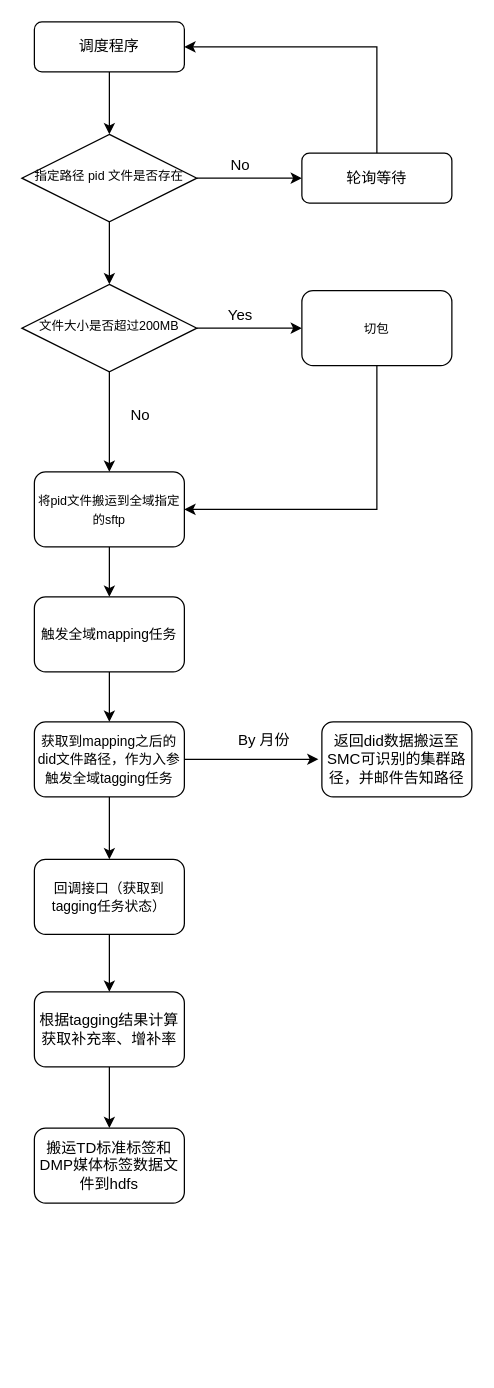
DThadch/draw keeps this draw.io diagram as 零跑mapping2.drawio. Above is the earlier version. Source tidied: cells renumbered, new cells numbered last; positions are measured from the earlier drawing's top-left corner, leaving out a move shared by most shapes. Both pictures are drawn from the tidied source at 125%, with x=0, y=0 at pixel (21, 21).
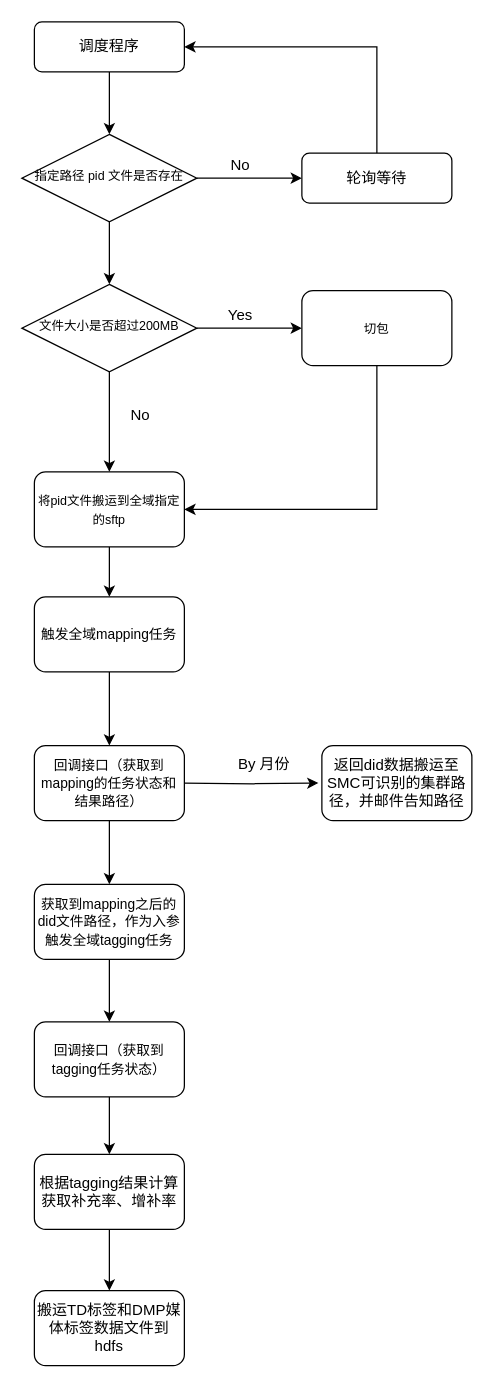
Above is the later version.

The change refers to these unchanged cells:
```xml
<mxCell id="19" value="&lt;font style=&quot;font-size: 11px;&quot;&gt;触发全域mapping任务&lt;/font&gt;" style="rounded=1;whiteSpace=wrap;html=1;" parent="1" vertex="1">
  <mxGeometry x="10" y="460" width="120" height="60" as="geometry" />
</mxCell>
```

Diff of the diagram source:
```diff
@@
-    <mxCell id="18" style="edgeStyle=orthogonalEdgeStyle;rounded=0;jettySize=auto;html=1;exitX=0.5;exitY=1;exitDx=0;exitDy=0;entryX=0.5;entryY=0;entryDx=0;entryDy=0;" parent="1" edge="1" source="19" target="22">
-      <mxGeometry relative="1" as="geometry" />
-    </mxCell>
+    <mxCell id="31" style="edgeStyle=orthogonalEdgeStyle;rounded=0;jettySize=auto;html=1;exitX=0.5;exitY=1;exitDx=0;exitDy=0;entryX=0.5;entryY=0;entryDx=0;entryDy=0;" parent="1" edge="1" source="19" target="33">
+      <mxGeometry relative="1" as="geometry" />
+    </mxCell>
@@
-    <mxCell id="21" style="edgeStyle=orthogonalEdgeStyle;rounded=0;jettySize=auto;html=1;exitX=1;exitY=0.5;exitDx=0;exitDy=0;entryX=-0.023;entryY=0.499;entryDx=0;entryDy=0;entryPerimeter=0;" parent="1" edge="1" source="22" target="27">
-      <mxGeometry relative="1" as="geometry" />
+    <mxCell id="21" style="edgeStyle=orthogonalEdgeStyle;rounded=0;jettySize=auto;html=1;exitX=1;exitY=0.5;exitDx=0;exitDy=0;entryX=-0.023;entryY=0.499;entryDx=0;entryDy=0;entryPerimeter=0;" parent="1" edge="1" target="27">
+      <mxGeometry relative="1" as="geometry">
+        <mxPoint x="130" y="609" as="sourcePoint" />
+      </mxGeometry>
     </mxCell>
     <mxCell id="22" value="&lt;font style=&quot;font-size: 11px;&quot;&gt;获取到mapping之后的did文件路径，作为入参触发全域tagging任务&lt;/font&gt;" style="rounded=1;whiteSpace=wrap;html=1;" parent="1" vertex="1">
-      <mxGeometry x="10" y="560" width="120" height="60" as="geometry" />
+      <mxGeometry x="10" y="690" width="120" height="60" as="geometry" />
     </mxCell>
@@
     <mxCell id="25" value="&lt;span style=&quot;font-size: 11px;&quot;&gt;回调接口（获取到tagging任务状态）&lt;/span&gt;" style="rounded=1;whiteSpace=wrap;html=1;" parent="1" vertex="1">
-      <mxGeometry x="10" y="670" width="120" height="60" as="geometry" />
+      <mxGeometry x="10" y="800" width="120" height="60" as="geometry" />
     </mxCell>
-    <mxCell id="26" value="搬运TD标准标签和DMP媒体标签数据文件到hdfs" style="rounded=1;whiteSpace=wrap;html=1;" parent="1" vertex="1">
-      <mxGeometry x="10" y="885" width="120" height="60" as="geometry" />
+    <mxCell id="26" value="搬运TD标签和DMP媒体标签数据文件到hdfs" style="rounded=1;whiteSpace=wrap;html=1;" parent="1" vertex="1">
+      <mxGeometry x="10" y="1015" width="120" height="60" as="geometry" />
     </mxCell>
     <mxCell id="27" value="返回did数据搬运至SMC可识别的集群路径，并邮件告知路径" style="rounded=1;whiteSpace=wrap;html=1;" parent="1" vertex="1">
-      <mxGeometry x="240" y="560" width="120" height="60" as="geometry" />
+      <mxGeometry x="240" y="579" width="120" height="60" as="geometry" />
     </mxCell>
     <mxCell id="28" value="By 月份" style="text;html=1;align=center;verticalAlign=middle;whiteSpace=wrap;rounded=0;" parent="1" vertex="1">
-      <mxGeometry x="164" y="560" width="60" height="30" as="geometry" />
+      <mxGeometry x="164" y="579" width="60" height="30" as="geometry" />
     </mxCell>
@@
     <mxCell id="30" value="根据tagging结果计算获取补充率、增补率" style="rounded=1;whiteSpace=wrap;html=1;" parent="1" vertex="1">
-      <mxGeometry x="10" y="776" width="120" height="60" as="geometry" />
+      <mxGeometry x="10" y="906" width="120" height="60" as="geometry" />
     </mxCell>
+    <mxCell id="32" style="edgeStyle=orthogonalEdgeStyle;rounded=0;jettySize=auto;html=1;exitX=0.5;exitY=1;exitDx=0;exitDy=0;entryX=0.5;entryY=0;entryDx=0;entryDy=0;" parent="1" edge="1" source="33" target="22">
+      <mxGeometry relative="1" as="geometry" />
+    </mxCell>
+    <mxCell id="33" value="&lt;span style=&quot;font-size: 11px;&quot;&gt;回调接口（获取到mapping的任务状态和结果路径）&lt;/span&gt;" style="rounded=1;whiteSpace=wrap;html=1;" parent="1" vertex="1">
+      <mxGeometry x="10" y="579" width="120" height="60" as="geometry" />
+    </mxCell>
```
